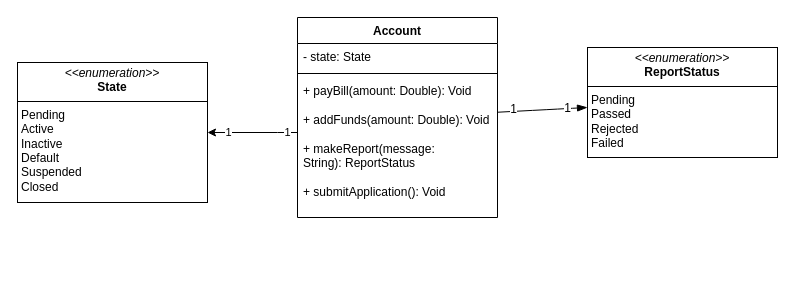
Earlier version of the draw.io diagram page "Page-3" (3 of 3) of workshop6_week7.drawio (antonykimuom/SWEN30006-2025-SM1-workshop1-tuew05-14-00-team-12). Source tidied: cells renumbered, new cells numbered last; positions are measured from the earlier drawing's top-left corner, leaving out a move shared by most shapes. Both pictures are drawn from the tidied source at 100%, with x=0, y=0 at pixel (17, 17).
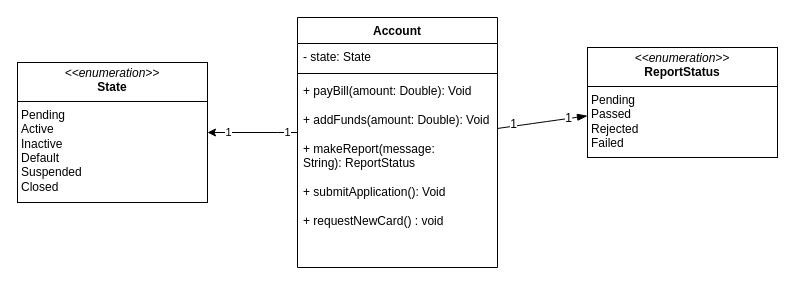
After the change.

Diff of the diagram source:
```diff
@@
 <mxGraphModel>
   <root>
     <mxCell id="0" />
     <mxCell id="1" parent="0" />
     <mxCell id="2" value="Account" style="swimlane;fontStyle=1;align=center;verticalAlign=top;horizontal=1;startSize=26;whiteSpace=wrap;html=1;" parent="1" vertex="1">
-      <mxGeometry x="280" width="200" height="200" as="geometry" />
+      <mxGeometry x="280" width="200" height="250" as="geometry" />
     </mxCell>
     <mxCell id="3" value="- state: State" style="text;strokeColor=none;fillColor=none;align=left;verticalAlign=top;spacingLeft=4;spacingRight=4;overflow=hidden;whiteSpace=wrap;html=1;" parent="2" vertex="1">
       <mxGeometry y="26" width="200" height="26" as="geometry" />
     </mxCell>
     <mxCell id="4" style="line;strokeWidth=1;fillColor=none;align=left;verticalAlign=middle;spacingTop=-1;spacingLeft=3;spacingRight=3;labelPosition=right;strokeColor=inherit;" parent="2" vertex="1">
       <mxGeometry y="52" width="200" height="8" as="geometry" />
     </mxCell>
-    <mxCell id="5" value="+ payBill(amount: Double): Void&lt;div&gt;&lt;br&gt;&lt;/div&gt;&lt;div&gt;+ addFunds(amount: Double): Void&lt;/div&gt;&lt;div&gt;&lt;br&gt;&lt;/div&gt;&lt;div&gt;+ makeReport(message: String):&amp;nbsp;&lt;span style=&quot;background-color: transparent; color: light-dark(rgb(0, 0, 0), rgb(255, 255, 255)); text-align: center;&quot;&gt;ReportStatus&lt;/span&gt;&lt;/div&gt;&lt;div&gt;&lt;span style=&quot;background-color: transparent; color: light-dark(rgb(0, 0, 0), rgb(255, 255, 255)); text-align: center;&quot;&gt;&lt;br&gt;&lt;/span&gt;&lt;/div&gt;&lt;div&gt;&lt;span style=&quot;background-color: transparent; color: light-dark(rgb(0, 0, 0), rgb(255, 255, 255)); text-align: center;&quot;&gt;+ submitApplication(): Void&lt;/span&gt;&lt;/div&gt;" style="text;strokeColor=none;fillColor=none;align=left;verticalAlign=top;spacingLeft=4;spacingRight=4;overflow=hidden;whiteSpace=wrap;html=1;" parent="2" vertex="1">
-      <mxGeometry y="60" width="200" height="140" as="geometry" />
+    <mxCell id="5" value="+ payBill(amount: Double): Void&lt;div&gt;&lt;br&gt;&lt;/div&gt;&lt;div&gt;+ addFunds(amount: Double): Void&lt;/div&gt;&lt;div&gt;&lt;br&gt;&lt;/div&gt;&lt;div&gt;+ makeReport(message: String):&amp;nbsp;&lt;span style=&quot;background-color: transparent; color: light-dark(rgb(0, 0, 0), rgb(255, 255, 255)); text-align: center;&quot;&gt;ReportStatus&lt;/span&gt;&lt;/div&gt;&lt;div&gt;&lt;span style=&quot;background-color: transparent; color: light-dark(rgb(0, 0, 0), rgb(255, 255, 255)); text-align: center;&quot;&gt;&lt;br&gt;&lt;/span&gt;&lt;/div&gt;&lt;div&gt;&lt;span style=&quot;background-color: transparent; color: light-dark(rgb(0, 0, 0), rgb(255, 255, 255)); text-align: center;&quot;&gt;+ submitApplication(): Void&lt;/span&gt;&lt;/div&gt;&lt;div&gt;&lt;span style=&quot;background-color: transparent; color: light-dark(rgb(0, 0, 0), rgb(255, 255, 255)); text-align: center;&quot;&gt;&lt;br&gt;&lt;/span&gt;&lt;/div&gt;&lt;div&gt;&lt;span style=&quot;background-color: transparent; color: light-dark(rgb(0, 0, 0), rgb(255, 255, 255)); text-align: center;&quot;&gt;+ requestNewCard() : void&lt;/span&gt;&lt;/div&gt;" style="text;strokeColor=none;fillColor=none;align=left;verticalAlign=top;spacingLeft=4;spacingRight=4;overflow=hidden;whiteSpace=wrap;html=1;" parent="2" vertex="1">
+      <mxGeometry y="60" width="200" height="190" as="geometry" />
     </mxCell>
     <mxCell id="6" value="&lt;p style=&quot;margin:0px;margin-top:4px;text-align:center;&quot;&gt;&lt;i&gt;&amp;lt;&amp;lt;enumeration&amp;gt;&amp;gt;&lt;/i&gt;&lt;br&gt;&lt;b&gt;State&lt;/b&gt;&lt;/p&gt;&lt;hr size=&quot;1&quot; style=&quot;border-style:solid;&quot;&gt;&lt;p style=&quot;margin:0px;margin-left:4px;&quot;&gt;Pending&lt;/p&gt;&lt;p style=&quot;margin:0px;margin-left:4px;&quot;&gt;Active&lt;/p&gt;&lt;p style=&quot;margin:0px;margin-left:4px;&quot;&gt;Inactive&lt;/p&gt;&lt;p style=&quot;margin:0px;margin-left:4px;&quot;&gt;Default&lt;/p&gt;&lt;p style=&quot;margin:0px;margin-left:4px;&quot;&gt;Suspended&lt;/p&gt;&lt;p style=&quot;margin:0px;margin-left:4px;&quot;&gt;Closed&lt;/p&gt;&lt;p style=&quot;margin:0px;margin-left:4px;&quot;&gt;&lt;br&gt;&lt;/p&gt;" style="verticalAlign=top;align=left;overflow=fill;html=1;whiteSpace=wrap;" parent="1" vertex="1">
       <mxGeometry y="45" width="190" height="140" as="geometry" />
     </mxCell>
     <mxCell id="7" style="endArrow=classic;html=1;rounded=0;entryX=1;entryY=0.5;entryDx=0;entryDy=0;edgeStyle=orthogonalEdgeStyle;" parent="1" edge="1" source="2" target="6">
       <mxGeometry relative="1" as="geometry">
         <Array as="points">
           <mxPoint x="260" y="115" />
           <mxPoint x="260" y="115" />
         </Array>
       </mxGeometry>
     </mxCell>
     <mxCell id="8" value="1" style="edgeLabel;html=1;align=center;verticalAlign=middle;" parent="7" vertex="1">
       <mxGeometry x="0.84" y="-1" relative="1" as="geometry">
         <mxPoint x="13" as="offset" />
       </mxGeometry>
     </mxCell>
     <mxCell id="9" value="1" style="edgeLabel;html=1;align=center;verticalAlign=middle;" parent="7" vertex="1">
       <mxGeometry x="-0.75" y="-1" relative="1" as="geometry" />
     </mxCell>
     <mxCell id="10" style="edgeStyle=none;curved=1;rounded=0;jettySize=auto;html=1;fontSize=12;startSize=8;endSize=8;endArrow=none;endFill=0;startFill=1;startArrow=blockThin;" parent="1" edge="1" source="13" target="2">
       <mxGeometry relative="1" as="geometry" />
     </mxCell>
     <mxCell id="11" value="1" style="edgeLabel;html=1;align=center;verticalAlign=middle;fontSize=12;" parent="10" vertex="1">
       <mxGeometry x="0.65" y="-2" relative="1" as="geometry" />
     </mxCell>
     <mxCell id="12" value="1" style="edgeLabel;html=1;align=center;verticalAlign=middle;fontSize=12;" parent="10" vertex="1">
       <mxGeometry x="-0.55" y="-1" relative="1" as="geometry" />
     </mxCell>
     <mxCell id="13" value="&lt;p style=&quot;margin:0px;margin-top:4px;text-align:center;&quot;&gt;&lt;i&gt;&amp;lt;&amp;lt;enumeration&amp;gt;&amp;gt;&lt;/i&gt;&lt;br&gt;&lt;b&gt;ReportStatus&lt;/b&gt;&lt;/p&gt;&lt;hr size=&quot;1&quot; style=&quot;border-style:solid;&quot;&gt;&lt;p style=&quot;margin:0px;margin-left:4px;&quot;&gt;Pending&lt;/p&gt;&lt;p style=&quot;margin:0px;margin-left:4px;&quot;&gt;Passed&lt;/p&gt;&lt;p style=&quot;margin:0px;margin-left:4px;&quot;&gt;Rejected&lt;/p&gt;&lt;p style=&quot;margin:0px;margin-left:4px;&quot;&gt;Failed&lt;/p&gt;" style="verticalAlign=top;align=left;overflow=fill;html=1;whiteSpace=wrap;" parent="1" vertex="1">
       <mxGeometry x="570" y="30" width="190" height="110" as="geometry" />
     </mxCell>
   </root>
 </mxGraphModel>
```
